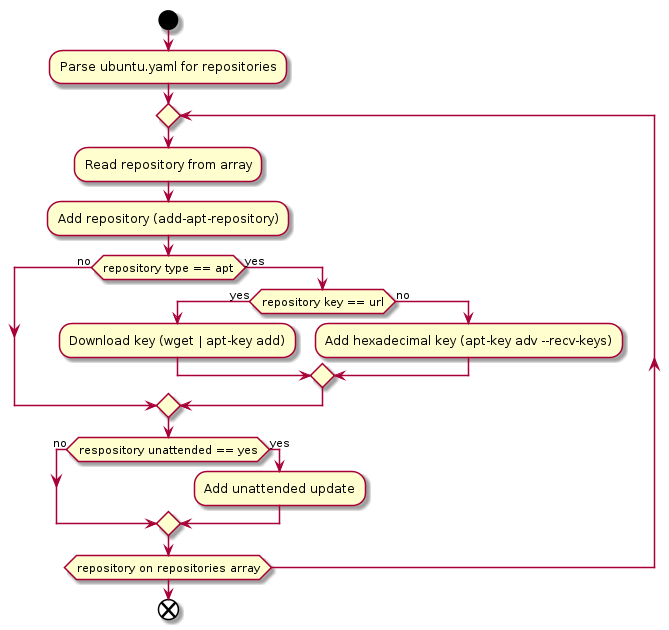
cslucr/ubuntu-ucr keeps this PlantUML diagram as docs/uml/repositores.png. Above is the earlier version.
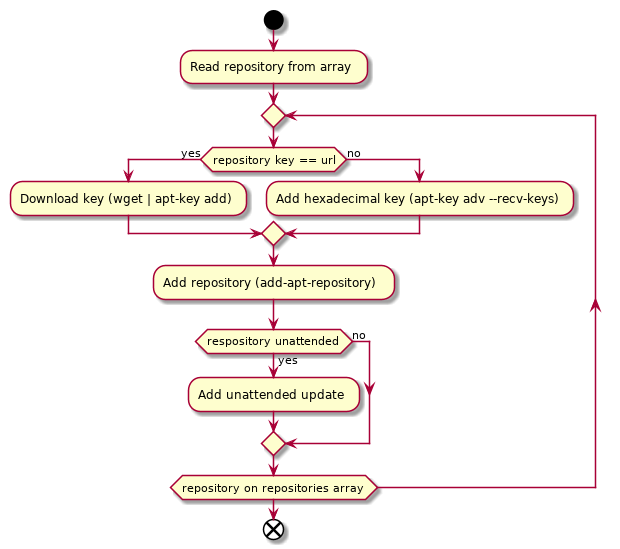
The same file after the commit.

Change to the diagram source:
```diff
@@ -1,22 +1,17 @@
 @startuml
 start
-:Parse ubuntu.yaml for repositories;
+:Read repository from array;
 repeat
-  :Read repository from array;
-  :Add repository (add-apt-repository);
-  if (repository type == apt) then (no)
-  else (yes)
-    if (repository key == url) then (yes)
-      :Download key (wget | apt-key add);
-    else (no)
-      :Add hexadecimal key (apt-key adv --recv-keys);
-    endif
+  if (repository key == url) then (yes)
+    :Download key (wget | apt-key add);
+  else (no)
+    :Add hexadecimal key (apt-key adv --recv-keys);
   endif
-  if (respository unattended == yes) then (no)
-  else (yes)
+:Add repository (add-apt-repository);
+  if (respository unattended) then (yes)
     :Add unattended update;
+  else (no)
   endif
 repeat while (repository on repositories array)
-
 end
 @enduml
```
